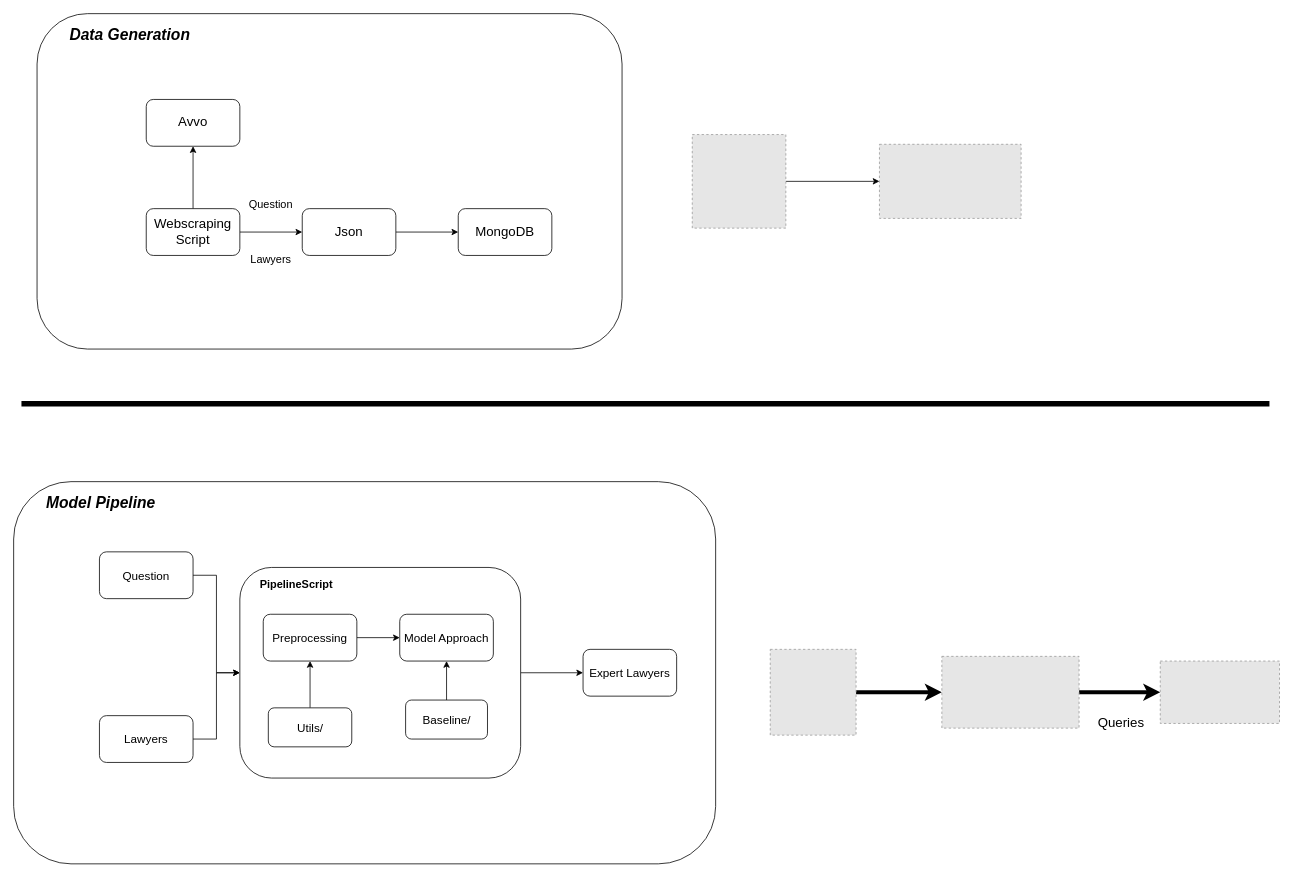
Before: Expert_legal.drawio in GuiOli91/priv_legal_CQA, a draw.io diagram. Source tidied: cells renumbered, new cells numbered last; positions are measured from the earlier drawing's top-left corner, leaving out a move shared by most shapes. Both pictures are drawn from the tidied source at 78%, with x=0, y=0 at pixel (13, 13). Pictures stored in the file or linked from it are replaced by grey dashed boxes.
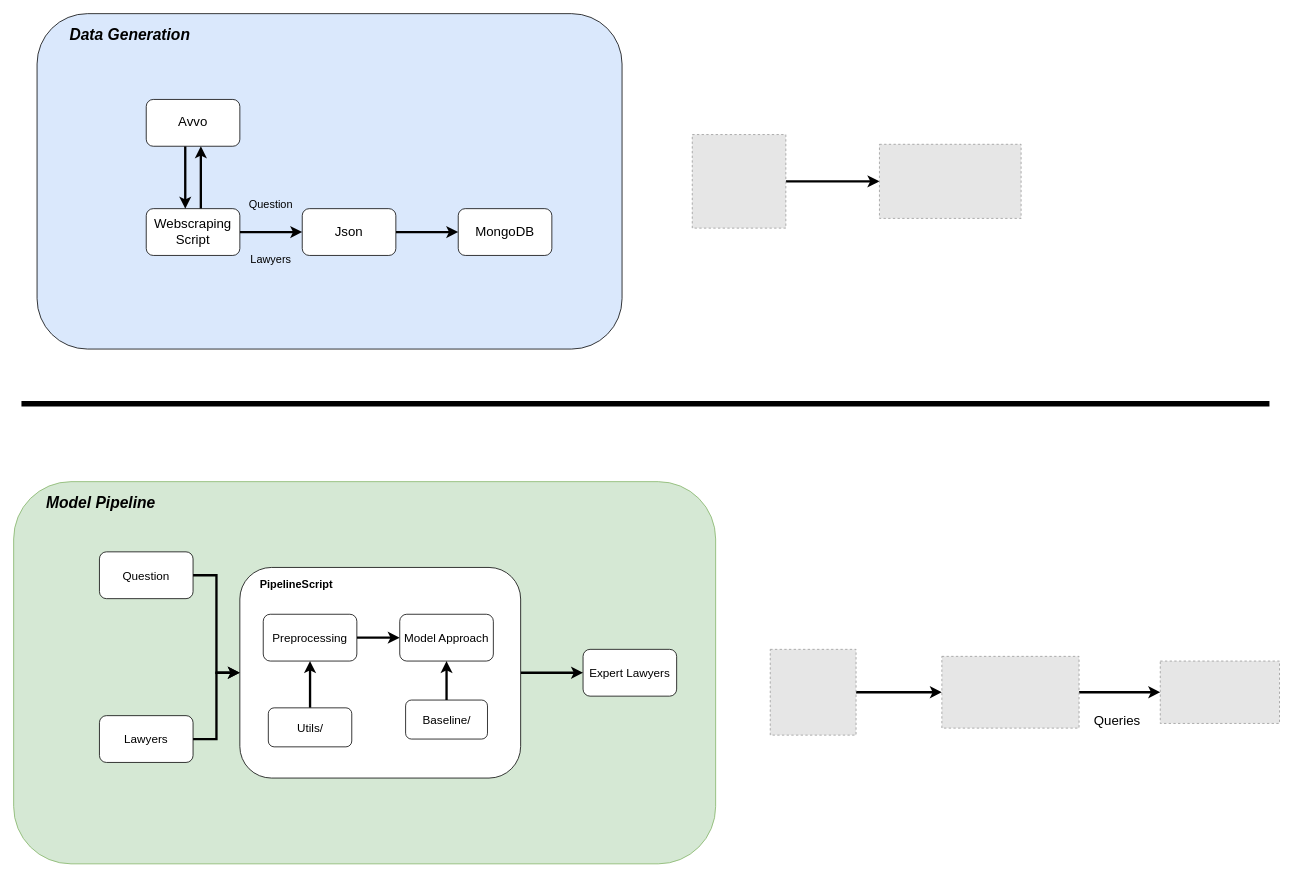
The same diagram, later.

Unchanged cells that the change refers to:
```xml
<mxCell id="4" style="fillColor=#E6E6E6;strokeColor=#999999;dashed=1;verticalLabelPosition=bottom;verticalAlign=top;labelBackgroundColor=none;" parent="1" vertex="1">
  <mxGeometry x="970" y="815" width="110" height="110" as="geometry" />
</mxCell>
<mxCell id="6" style="fillColor=#E6E6E6;strokeColor=#999999;dashed=1;verticalLabelPosition=bottom;verticalAlign=top;labelBackgroundColor=none;" parent="1" vertex="1">
  <mxGeometry x="1190" y="824" width="175.9" height="92" as="geometry" />
</mxCell>
<mxCell id="7" style="fillColor=#E6E6E6;strokeColor=#999999;dashed=1;verticalLabelPosition=bottom;verticalAlign=top;labelBackgroundColor=none;" parent="1" vertex="1">
  <mxGeometry x="1470" y="830" width="152.9" height="80" as="geometry" />
</mxCell>
<mxCell id="10" value="Webscraping&lt;br style=&quot;font-size: 17px;&quot;&gt;Script" style="rounded=1;whiteSpace=wrap;html=1;labelBackgroundColor=none;fontSize=17;" parent="1" vertex="1">
  <mxGeometry x="170" y="250" width="120" height="60" as="geometry" />
</mxCell>
<mxCell id="12" value="&lt;div style=&quot;font-size: 17px;&quot;&gt;Json&lt;/div&gt;" style="rounded=1;whiteSpace=wrap;html=1;labelBackgroundColor=none;fontSize=17;" parent="1" vertex="1">
  <mxGeometry x="370" y="250" width="120" height="60" as="geometry" />
</mxCell>
<mxCell id="13" value="Avvo" style="whiteSpace=wrap;html=1;rounded=1;labelBackgroundColor=none;fontSize=17;" parent="1" vertex="1">
  <mxGeometry x="170" y="110" width="120" height="60" as="geometry" />
</mxCell>
<mxCell id="14" value="MongoDB" style="rounded=1;whiteSpace=wrap;html=1;labelBackgroundColor=none;fontSize=17;" parent="1" vertex="1">
  <mxGeometry x="570" y="250" width="120" height="60" as="geometry" />
</mxCell>
<mxCell id="19" value="Question" style="rounded=1;whiteSpace=wrap;html=1;fontSize=15;" parent="1" vertex="1">
  <mxGeometry x="110" y="690" width="120" height="60" as="geometry" />
</mxCell>
<mxCell id="21" value="&lt;div style=&quot;font-size: 15px;&quot;&gt;Lawyers&lt;/div&gt;" style="rounded=1;whiteSpace=wrap;html=1;fontSize=15;" parent="1" vertex="1">
  <mxGeometry x="110" y="900" width="120" height="60" as="geometry" />
</mxCell>
<mxCell id="23" value="PipelineScript" style="rounded=1;whiteSpace=wrap;html=1;align=left;verticalAlign=top;spacingLeft=23;fontStyle=1;fontSize=14;spacing=3;spacingTop=6;" parent="1" vertex="1">
  <mxGeometry x="290" y="710" width="360" height="270" as="geometry" />
</mxCell>
<mxCell id="25" value="Preprocessing" style="rounded=1;whiteSpace=wrap;html=1;fontSize=15;" parent="1" vertex="1">
  <mxGeometry x="320" y="770" width="120" height="60" as="geometry" />
</mxCell>
<mxCell id="26" value="Model Approach" style="rounded=1;whiteSpace=wrap;html=1;fontSize=15;" parent="1" vertex="1">
  <mxGeometry x="495" y="770" width="120" height="60" as="geometry" />
</mxCell>
<mxCell id="27" value="Expert Lawyers" style="rounded=1;whiteSpace=wrap;html=1;fontSize=15;" parent="1" vertex="1">
  <mxGeometry x="730" y="815" width="120" height="60" as="geometry" />
</mxCell>
<mxCell id="29" value="Utils/" style="rounded=1;whiteSpace=wrap;html=1;fontSize=15;" parent="1" vertex="1">
  <mxGeometry x="326.5" y="890" width="107" height="50" as="geometry" />
</mxCell>
<mxCell id="31" value="Baseline/" style="rounded=1;whiteSpace=wrap;html=1;fontSize=15;" parent="1" vertex="1">
  <mxGeometry x="502.5" y="880" width="105" height="50" as="geometry" />
</mxCell>
<mxCell id="34" style="fillColor=#E6E6E6;strokeColor=#999999;dashed=1;verticalLabelPosition=bottom;verticalAlign=top;" parent="1" vertex="1">
  <mxGeometry x="870" y="155" width="120" height="120" as="geometry" />
</mxCell>
<mxCell id="35" style="fillColor=#E6E6E6;strokeColor=#999999;dashed=1;verticalLabelPosition=bottom;verticalAlign=top;" parent="1" vertex="1">
  <mxGeometry x="1110" y="167.5" width="181.6" height="95" as="geometry" />
</mxCell>
```

What changed in the source:
```diff
@@
-    <mxCell id="2" value="&lt;div style=&quot;font-size: 20px;&quot;&gt;Data Generation&lt;br style=&quot;font-size: 20px;&quot;&gt;&lt;/div&gt;" style="rounded=1;whiteSpace=wrap;html=1;labelBackgroundColor=none;align=left;verticalAlign=top;spacingLeft=40;fontSize=20;fontStyle=3;spacingTop=8;" parent="1" vertex="1">
+    <mxCell id="2" value="&lt;div style=&quot;font-size: 20px;&quot;&gt;Data Generation&lt;br style=&quot;font-size: 20px;&quot;&gt;&lt;/div&gt;" style="rounded=1;whiteSpace=wrap;html=1;labelBackgroundColor=none;align=left;verticalAlign=top;spacingLeft=40;fontSize=20;fontStyle=3;spacingTop=8;fillColor=#dae8fc;strokeColor=default;fillStyle=auto;gradientColor=none;" parent="1" vertex="1">
       <mxGeometry x="30" width="750" height="430" as="geometry" />
     </mxCell>
-    <mxCell id="3" style="edgeStyle=orthogonalEdgeStyle;rounded=1;jettySize=auto;html=1;strokeWidth=5;labelBackgroundColor=none;fontColor=default;" parent="1" edge="1" source="4" target="6">
+    <mxCell id="3" style="edgeStyle=orthogonalEdgeStyle;rounded=1;jettySize=auto;html=1;strokeWidth=3;labelBackgroundColor=none;fontColor=default;" parent="1" edge="1" source="4" target="6">
       <mxGeometry relative="1" as="geometry" />
     </mxCell>
@@
-    <mxCell id="5" style="edgeStyle=orthogonalEdgeStyle;rounded=1;jettySize=auto;html=1;strokeWidth=5;labelBackgroundColor=none;fontColor=default;" parent="1" edge="1" source="6" target="7">
+    <mxCell id="5" style="edgeStyle=orthogonalEdgeStyle;rounded=1;jettySize=auto;html=1;strokeWidth=3;labelBackgroundColor=none;fontColor=default;" parent="1" edge="1" source="6" target="7">
       <mxGeometry relative="1" as="geometry" />
     </mxCell>
@@
-    <mxCell id="8" style="edgeStyle=orthogonalEdgeStyle;rounded=1;jettySize=auto;html=1;labelBackgroundColor=none;fontColor=default;fontSize=17;" parent="1" edge="1" source="10" target="12">
+    <mxCell id="8" style="edgeStyle=orthogonalEdgeStyle;rounded=1;jettySize=auto;html=1;labelBackgroundColor=none;fontColor=default;fontSize=17;strokeWidth=3;" parent="1" edge="1" source="10" target="12">
       <mxGeometry relative="1" as="geometry" />
     </mxCell>
-    <mxCell id="9" style="edgeStyle=orthogonalEdgeStyle;rounded=1;jettySize=auto;html=1;labelBackgroundColor=none;fontColor=default;fontSize=17;" parent="1" edge="1" source="10" target="13">
-      <mxGeometry relative="1" as="geometry" />
+    <mxCell id="9" style="edgeStyle=orthogonalEdgeStyle;rounded=1;orthogonalLoop=1;jettySize=auto;html=1;labelBackgroundColor=none;fontColor=default;fontSize=17;startArrow=none;startFill=0;curved=0;strokeWidth=3;" parent="1" edge="1">
+      <mxGeometry relative="1" as="geometry">
+        <mxPoint x="240" y="250" as="sourcePoint" />
+        <mxPoint x="240" y="170" as="targetPoint" />
+      </mxGeometry>
     </mxCell>
@@
-    <mxCell id="11" style="edgeStyle=orthogonalEdgeStyle;rounded=1;jettySize=auto;html=1;labelBackgroundColor=none;fontColor=default;fontSize=17;" parent="1" edge="1" source="12" target="14">
+    <mxCell id="11" style="edgeStyle=orthogonalEdgeStyle;rounded=1;jettySize=auto;html=1;labelBackgroundColor=none;fontColor=default;fontSize=17;strokeWidth=3;" parent="1" edge="1" source="12" target="14">
       <mxGeometry relative="1" as="geometry" />
     </mxCell>
@@
+    <mxCell id="37" style="edgeStyle=orthogonalEdgeStyle;rounded=1;orthogonalLoop=1;jettySize=auto;html=1;curved=0;strokeWidth=3;" parent="1" edge="1">
+      <mxGeometry relative="1" as="geometry">
+        <mxPoint x="220" y="170" as="sourcePoint" />
+        <mxPoint x="220" y="250" as="targetPoint" />
+        <Array as="points">
+          <mxPoint x="220" y="220" />
+          <mxPoint x="220" y="220" />
+        </Array>
+      </mxGeometry>
+    </mxCell>
@@
-    <mxCell id="15" value="Model Pipeline" style="rounded=1;whiteSpace=wrap;html=1;labelBackgroundColor=none;align=left;verticalAlign=top;spacingLeft=40;fontSize=20;fontStyle=3;spacingTop=8;" parent="1" vertex="1">
+    <mxCell id="15" value="Model Pipeline" style="rounded=1;whiteSpace=wrap;html=1;labelBackgroundColor=none;align=left;verticalAlign=top;spacingLeft=40;fontSize=20;fontStyle=3;spacingTop=8;fillColor=#d5e8d4;strokeColor=#82b366;" parent="1" vertex="1">
       <mxGeometry y="600" width="900" height="490" as="geometry" />
     </mxCell>
@@
-    <mxCell id="18" style="edgeStyle=orthogonalEdgeStyle;rounded=0;jettySize=auto;html=1;entryX=0;entryY=0.5;entryDx=0;entryDy=0;" parent="1" edge="1" source="19" target="23">
+    <mxCell id="18" style="edgeStyle=orthogonalEdgeStyle;rounded=0;jettySize=auto;html=1;entryX=0;entryY=0.5;entryDx=0;entryDy=0;strokeWidth=3;" parent="1" edge="1" source="19" target="23">
       <mxGeometry relative="1" as="geometry" />
     </mxCell>
@@
-    <mxCell id="20" style="edgeStyle=orthogonalEdgeStyle;rounded=0;jettySize=auto;html=1;" parent="1" edge="1" source="21" target="23">
+    <mxCell id="20" style="edgeStyle=orthogonalEdgeStyle;rounded=0;jettySize=auto;html=1;strokeWidth=3;" parent="1" edge="1" source="21" target="23">
       <mxGeometry relative="1" as="geometry" />
     </mxCell>
@@
-    <mxCell id="22" style="edgeStyle=orthogonalEdgeStyle;rounded=0;jettySize=auto;html=1;" parent="1" edge="1" source="23" target="27">
+    <mxCell id="22" style="edgeStyle=orthogonalEdgeStyle;rounded=0;jettySize=auto;html=1;strokeWidth=3;" parent="1" edge="1" source="23" target="27">
       <mxGeometry relative="1" as="geometry" />
     </mxCell>
@@
-    <mxCell id="24" style="edgeStyle=orthogonalEdgeStyle;rounded=0;jettySize=auto;html=1;" parent="1" edge="1" source="25" target="26">
+    <mxCell id="24" style="edgeStyle=orthogonalEdgeStyle;rounded=0;jettySize=auto;html=1;strokeWidth=3;" parent="1" edge="1" source="25" target="26">
       <mxGeometry relative="1" as="geometry" />
     </mxCell>
@@
-    <mxCell id="28" style="edgeStyle=orthogonalEdgeStyle;rounded=0;jettySize=auto;html=1;entryX=0.5;entryY=1;entryDx=0;entryDy=0;" parent="1" edge="1" source="29" target="25">
+    <mxCell id="28" style="edgeStyle=orthogonalEdgeStyle;rounded=0;jettySize=auto;html=1;entryX=0.5;entryY=1;entryDx=0;entryDy=0;strokeWidth=3;" parent="1" edge="1" source="29" target="25">
       <mxGeometry relative="1" as="geometry" />
     </mxCell>
@@
-    <mxCell id="30" style="edgeStyle=orthogonalEdgeStyle;rounded=0;jettySize=auto;html=1;" parent="1" edge="1" source="31" target="26">
+    <mxCell id="30" style="edgeStyle=orthogonalEdgeStyle;rounded=0;jettySize=auto;html=1;strokeWidth=3;" parent="1" edge="1" source="31" target="26">
       <mxGeometry relative="1" as="geometry" />
     </mxCell>
@@
     <mxCell id="32" value="Queries" style="text;html=1;strokeColor=none;fillColor=none;align=center;verticalAlign=middle;whiteSpace=wrap;rounded=0;fontSize=17;" parent="1" vertex="1">
-      <mxGeometry x="1390" y="895" width="60" height="30" as="geometry" />
+      <mxGeometry x="1385" y="892" width="60" height="30" as="geometry" />
     </mxCell>
-    <mxCell id="33" style="edgeStyle=orthogonalEdgeStyle;rounded=0;jettySize=auto;html=1;" parent="1" edge="1" source="34" target="35">
+    <mxCell id="33" style="edgeStyle=orthogonalEdgeStyle;rounded=0;jettySize=auto;html=1;strokeWidth=3;" parent="1" edge="1" source="34" target="35">
       <mxGeometry relative="1" as="geometry" />
     </mxCell>
```
